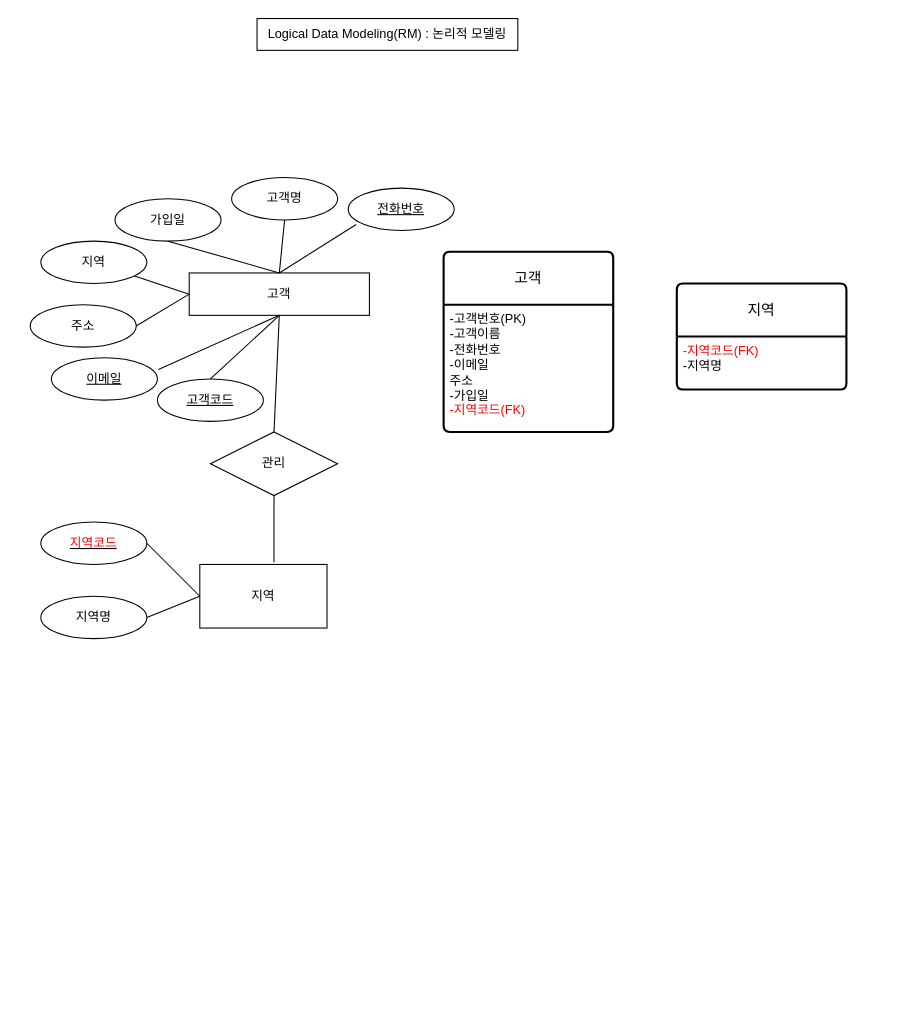
Kimz00/ai8erd keeps this draw.io diagram as page "페이지-2" (2 of 2) of erd.drawio. Above is the earlier version. Source tidied: cells renumbered, new cells numbered last; positions are measured from the earlier drawing's top-left corner, leaving out a move shared by most shapes. Both pictures are drawn from the tidied source at 106%, with x=0, y=0 at pixel (30, 18).
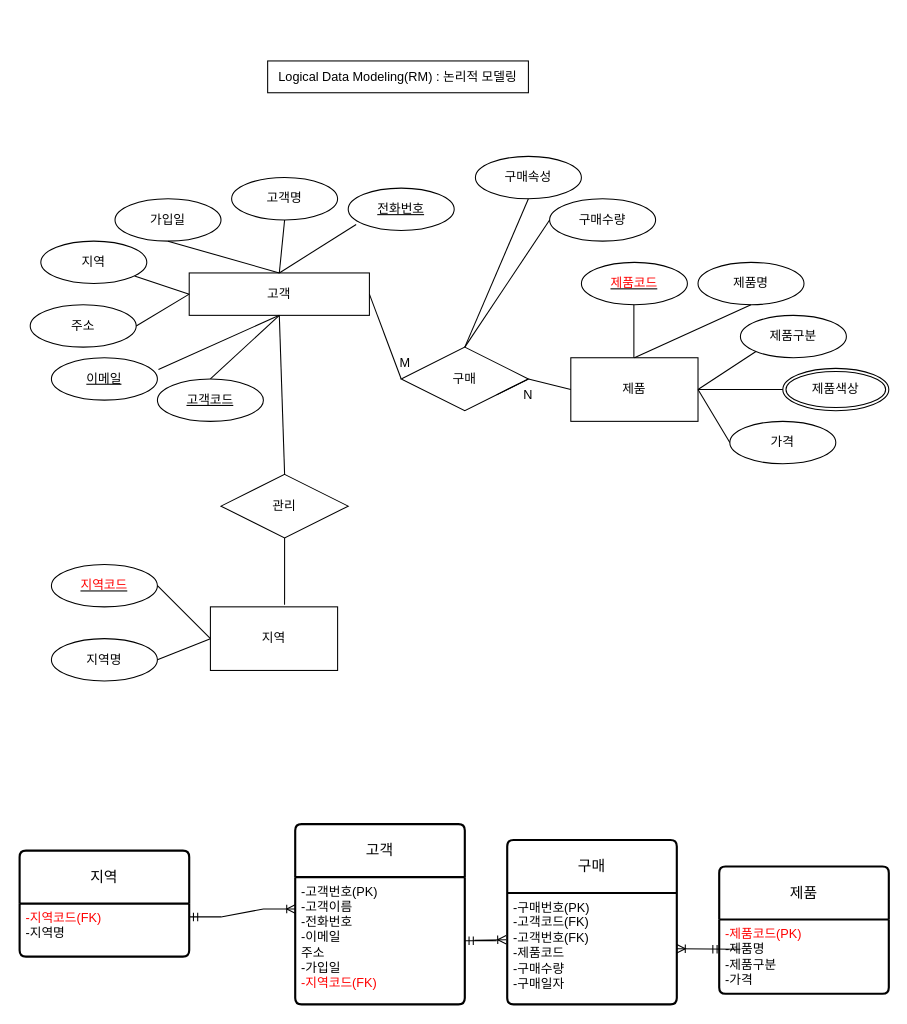
Above is the later version.

Unchanged cells that the change refers to:
```xml
<mxCell id="3" value="고객" style="whiteSpace=wrap;html=1;align=center;fontSize=12;" parent="1" vertex="1">
  <mxGeometry x="150" y="240" width="170" height="40" as="geometry" />
</mxCell>
<mxCell id="19" value="-고객번호(PK)&lt;br&gt;-고객이름&lt;br&gt;-전화번호&lt;br&gt;-이메일&lt;br&gt;주소&lt;br&gt;-가입일&lt;br&gt;&lt;font color=&quot;#ff0000&quot;&gt;-지역코드(FK)&lt;/font&gt;" style="align=left;strokeColor=none;fillColor=none;spacingLeft=4;fontSize=12;verticalAlign=top;html=1;" parent="18" vertex="1">
  <mxGeometry y="50" width="160" height="120" as="geometry" />
</mxCell>
<mxCell id="26" value="&lt;font color=&quot;#ff0000&quot;&gt;-지역코드(FK)&lt;br&gt;&lt;/font&gt;-지역명" style="align=left;strokeColor=none;fillColor=none;spacingLeft=4;fontSize=12;verticalAlign=top;html=1;" parent="25" vertex="1">
  <mxGeometry y="50" width="160" height="50" as="geometry" />
</mxCell>
```

The edit, as a diff of the source:
```diff
@@
     <mxCell id="2" value="Logical Data Modeling(RM) : 논리적 모델링" style="rounded=0;whiteSpace=wrap;html=1;" parent="1" vertex="1">
-      <mxGeometry x="214" width="246" height="30" as="geometry" />
+      <mxGeometry x="224" y="40" width="246" height="30" as="geometry" />
     </mxCell>
@@
     <mxCell id="18" value="고객" style="swimlane;horizontal=1;startSize=50;rounded=1;fontSize=14;fontStyle=0;strokeWidth=2;shadow=0;dashed=0;align=center;arcSize=4;whiteSpace=wrap;html=1;" parent="1" vertex="1">
-      <mxGeometry x="390" y="220" width="160" height="170" as="geometry" />
+      <mxGeometry x="250" y="760" width="160" height="170" as="geometry" />
     </mxCell>
@@
     <mxCell id="20" value="지역" style="rounded=0;whiteSpace=wrap;html=1;" parent="1" vertex="1">
-      <mxGeometry x="160" y="515" width="120" height="60" as="geometry" />
+      <mxGeometry x="170" y="555" width="120" height="60" as="geometry" />
     </mxCell>
     <mxCell id="21" value="&lt;u&gt;&lt;font color=&quot;#ff0000&quot;&gt;지역코드&lt;/font&gt;&lt;/u&gt;" style="ellipse;whiteSpace=wrap;html=1;align=center;" parent="1" vertex="1">
-      <mxGeometry x="10" y="475" width="100" height="40" as="geometry" />
+      <mxGeometry x="20" y="515" width="100" height="40" as="geometry" />
     </mxCell>
     <mxCell id="22" value="지역명" style="ellipse;whiteSpace=wrap;html=1;align=center;" parent="1" vertex="1">
-      <mxGeometry x="10" y="545" width="100" height="40" as="geometry" />
+      <mxGeometry x="20" y="585" width="100" height="40" as="geometry" />
     </mxCell>
@@
     <mxCell id="24" style="endArrow=none;html=1;rounded=0;entryX=0.5;entryY=0;entryDx=0;entryDy=0;exitX=0;exitY=0.5;exitDx=0;exitDy=0;" parent="1" edge="1" source="20">
       <mxGeometry relative="1" as="geometry">
-        <mxPoint x="110" y="565" as="targetPoint" />
+        <mxPoint x="120" y="605" as="targetPoint" />
       </mxGeometry>
     </mxCell>
     <mxCell id="25" value="지역" style="swimlane;horizontal=1;startSize=50;rounded=1;fontSize=14;fontStyle=0;strokeWidth=2;shadow=0;dashed=0;align=center;arcSize=4;whiteSpace=wrap;html=1;" parent="1" vertex="1">
-      <mxGeometry x="610" y="250" width="160" height="100" as="geometry" />
+      <mxGeometry x="-10" y="785" width="160" height="100" as="geometry" />
     </mxCell>
@@
     <mxCell id="29" value="관리" style="shape=rhombus;perimeter=rhombusPerimeter;whiteSpace=wrap;html=1;align=center;" parent="1" vertex="1">
-      <mxGeometry x="170" y="390" width="120" height="60" as="geometry" />
+      <mxGeometry x="180" y="430" width="120" height="60" as="geometry" />
     </mxCell>
@@
+    <mxCell id="32" style="edgeStyle=entityRelationEdgeStyle;fontSize=12;html=1;endArrow=ERoneToMany;startArrow=ERmandOne;rounded=0;exitX=1;exitY=0.25;exitDx=0;exitDy=0;entryX=0;entryY=0.25;entryDx=0;entryDy=0;" parent="1" edge="1" source="26" target="19">
+      <mxGeometry relative="1" as="geometry">
+        <Array as="points">
+          <mxPoint x="250" y="860" />
+        </Array>
+      </mxGeometry>
+    </mxCell>
+    <mxCell id="33" value="제품" style="rounded=0;whiteSpace=wrap;html=1;" parent="1" vertex="1">
+      <mxGeometry x="510" y="320" width="120" height="60" as="geometry" />
+    </mxCell>
+    <mxCell id="34" value="&lt;u&gt;&lt;font color=&quot;#ff0000&quot;&gt;제품코드&lt;/font&gt;&lt;/u&gt;" style="ellipse;whiteSpace=wrap;html=1;align=center;" parent="1" vertex="1">
+      <mxGeometry x="520" y="230" width="100" height="40" as="geometry" />
+    </mxCell>
+    <mxCell id="35" style="endArrow=none;html=1;rounded=0;entryX=0.5;entryY=0;entryDx=0;entryDy=0;exitX=0.5;exitY=1;exitDx=0;exitDy=0;" parent="1" edge="1">
+      <mxGeometry relative="1" as="geometry">
+        <mxPoint x="569.5" y="270" as="sourcePoint" />
+        <mxPoint x="569.5" y="320" as="targetPoint" />
+      </mxGeometry>
+    </mxCell>
+    <mxCell id="36" value="제품구분" style="ellipse;whiteSpace=wrap;html=1;align=center;" parent="1" vertex="1">
+      <mxGeometry x="670" y="280" width="100" height="40" as="geometry" />
+    </mxCell>
+    <mxCell id="37" value="제품명" style="ellipse;whiteSpace=wrap;html=1;align=center;" parent="1" vertex="1">
+      <mxGeometry x="630" y="230" width="100" height="40" as="geometry" />
+    </mxCell>
+    <mxCell id="38" value="제품색상" style="ellipse;shape=doubleEllipse;margin=3;whiteSpace=wrap;html=1;align=center;" parent="1" vertex="1">
+      <mxGeometry x="710" y="330" width="100" height="40" as="geometry" />
+    </mxCell>
+    <mxCell id="39" value="가격" style="ellipse;whiteSpace=wrap;html=1;align=center;" parent="1" vertex="1">
+      <mxGeometry x="660" y="380" width="100" height="40" as="geometry" />
+    </mxCell>
+    <mxCell id="40" style="endArrow=none;html=1;rounded=0;entryX=0.5;entryY=1;entryDx=0;entryDy=0;exitX=0.5;exitY=0;exitDx=0;exitDy=0;" parent="1" edge="1" source="33" target="37">
+      <mxGeometry relative="1" as="geometry" />
+    </mxCell>
+    <mxCell id="41" style="endArrow=none;html=1;rounded=0;entryX=0;entryY=1;entryDx=0;entryDy=0;exitX=0.5;exitY=0;exitDx=0;exitDy=0;" parent="1" edge="1" target="36">
+      <mxGeometry relative="1" as="geometry">
+        <mxPoint x="630" y="350" as="sourcePoint" />
+      </mxGeometry>
+    </mxCell>
+    <mxCell id="42" style="endArrow=none;html=1;rounded=0;entryX=0;entryY=0.5;entryDx=0;entryDy=0;" parent="1" edge="1" target="38">
+      <mxGeometry relative="1" as="geometry">
+        <mxPoint x="630" y="350" as="sourcePoint" />
+      </mxGeometry>
+    </mxCell>
+    <mxCell id="43" style="endArrow=none;html=1;rounded=0;entryX=0;entryY=0.5;entryDx=0;entryDy=0;" parent="1" edge="1" target="39">
+      <mxGeometry relative="1" as="geometry">
+        <mxPoint x="630" y="350" as="sourcePoint" />
+      </mxGeometry>
+    </mxCell>
+    <mxCell id="44" style="endArrow=none;html=1;rounded=0;entryX=0;entryY=0.5;entryDx=0;entryDy=0;exitX=0.5;exitY=0;exitDx=0;exitDy=0;" parent="1" edge="1" source="58" target="33">
+      <mxGeometry relative="1" as="geometry" />
+    </mxCell>
+    <mxCell id="45" value="제품" style="swimlane;horizontal=1;startSize=50;rounded=1;fontSize=14;fontStyle=0;strokeWidth=2;shadow=0;dashed=0;align=center;arcSize=4;whiteSpace=wrap;html=1;" parent="1" vertex="1">
+      <mxGeometry x="650" y="800" width="160" height="120" as="geometry" />
+    </mxCell>
+    <mxCell id="46" value="&lt;font color=&quot;#ff0000&quot;&gt;-제품코드(PK)&lt;br&gt;&lt;/font&gt;-제품명&lt;br&gt;-제품구분&lt;br&gt;-가격" style="align=left;strokeColor=none;fillColor=none;spacingLeft=4;fontSize=12;verticalAlign=top;html=1;" parent="45" vertex="1">
+      <mxGeometry y="50" width="160" height="70" as="geometry" />
+    </mxCell>
+    <mxCell id="47" value="구매" style="swimlane;horizontal=1;startSize=50;rounded=1;fontSize=14;fontStyle=0;strokeWidth=2;shadow=0;dashed=0;align=center;arcSize=4;whiteSpace=wrap;html=1;" parent="1" vertex="1">
+      <mxGeometry x="450" y="775" width="160" height="155" as="geometry" />
+    </mxCell>
+    <mxCell id="48" value="-구매번호(PK)&lt;br&gt;-고객코드(FK)&lt;br&gt;-고객번호(FK)&lt;br&gt;-제품코드&lt;br&gt;-구매수량&lt;br&gt;-구매일자" style="align=left;strokeColor=none;fillColor=none;spacingLeft=4;fontSize=12;verticalAlign=top;html=1;" parent="47" vertex="1">
+      <mxGeometry y="50" width="160" height="105" as="geometry" />
+    </mxCell>
+    <mxCell id="49" style="edgeStyle=entityRelationEdgeStyle;fontSize=12;html=1;endArrow=ERoneToMany;startArrow=ERmandOne;rounded=0;exitX=1;exitY=0.5;exitDx=0;exitDy=0;entryX=-0.006;entryY=0.419;entryDx=0;entryDy=0;entryPerimeter=0;" parent="1" edge="1" source="19" target="48">
+      <mxGeometry relative="1" as="geometry">
+        <Array as="points">
+          <mxPoint x="450" y="990" />
+        </Array>
+      </mxGeometry>
+    </mxCell>
+    <mxCell id="50" value="구매수량" style="ellipse;whiteSpace=wrap;html=1;align=center;" parent="1" vertex="1">
+      <mxGeometry x="490" y="170" width="100" height="40" as="geometry" />
+    </mxCell>
+    <mxCell id="51" style="endArrow=none;html=1;rounded=0;entryX=0;entryY=0.5;entryDx=0;entryDy=0;exitX=1;exitY=0.5;exitDx=0;exitDy=0;" parent="1" edge="1" source="3" target="52">
+      <mxGeometry relative="1" as="geometry" />
+    </mxCell>
+    <mxCell id="52" value="구매" style="shape=rhombus;perimeter=rhombusPerimeter;whiteSpace=wrap;html=1;align=center;" parent="1" vertex="1">
+      <mxGeometry x="350" y="310" width="120" height="60" as="geometry" />
+    </mxCell>
+    <mxCell id="53" value="구매속성" style="ellipse;whiteSpace=wrap;html=1;align=center;" parent="1" vertex="1">
+      <mxGeometry x="420" y="130" width="100" height="40" as="geometry" />
+    </mxCell>
+    <mxCell id="54" style="endArrow=none;html=1;rounded=0;entryX=0.5;entryY=1;entryDx=0;entryDy=0;exitX=0.5;exitY=0;exitDx=0;exitDy=0;" parent="1" edge="1" source="52" target="53">
+      <mxGeometry relative="1" as="geometry" />
+    </mxCell>
+    <mxCell id="55" style="endArrow=none;html=1;rounded=0;entryX=0;entryY=0.5;entryDx=0;entryDy=0;exitX=0.5;exitY=0;exitDx=0;exitDy=0;" parent="1" edge="1" source="52" target="50">
+      <mxGeometry relative="1" as="geometry" />
+    </mxCell>
+    <mxCell id="56" value="M" style="text;html=1;strokeColor=none;fillColor=none;align=center;verticalAlign=middle;whiteSpace=wrap;rounded=0;" parent="1" vertex="1">
+      <mxGeometry x="324" y="310" width="60" height="30" as="geometry" />
+    </mxCell>
+    <mxCell id="57" style="endArrow=none;html=1;rounded=0;entryX=0;entryY=0.5;entryDx=0;entryDy=0;exitX=1;exitY=0.5;exitDx=0;exitDy=0;" parent="1" edge="1" source="52" target="58">
+      <mxGeometry relative="1" as="geometry" />
+    </mxCell>
+    <mxCell id="58" value="N" style="text;html=1;strokeColor=none;fillColor=none;align=center;verticalAlign=middle;whiteSpace=wrap;rounded=0;" parent="1" vertex="1">
+      <mxGeometry x="440" y="340" width="60" height="30" as="geometry" />
+    </mxCell>
+    <mxCell id="59" style="edgeStyle=entityRelationEdgeStyle;fontSize=12;html=1;endArrow=ERoneToMany;startArrow=ERmandOne;rounded=0;entryX=1;entryY=0.5;entryDx=0;entryDy=0;" parent="1" edge="1" target="48">
+      <mxGeometry relative="1" as="geometry">
+        <mxPoint x="640" y="878" as="sourcePoint" />
+        <Array as="points">
+          <mxPoint x="460" y="1000" />
+        </Array>
+      </mxGeometry>
+    </mxCell>
```
